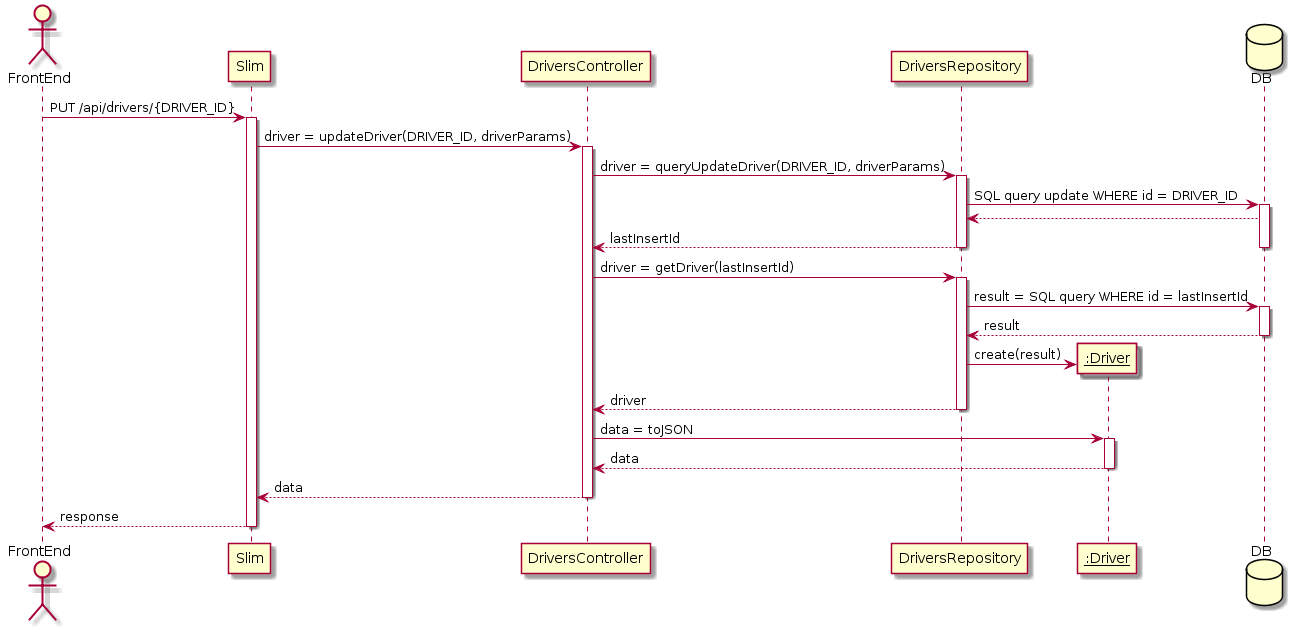
This is docs/BackEnd/SequenceDiagram/UpdateDriver.png from malvinkooo/taxiSystem, a PlantUML export, as it was before one commit.
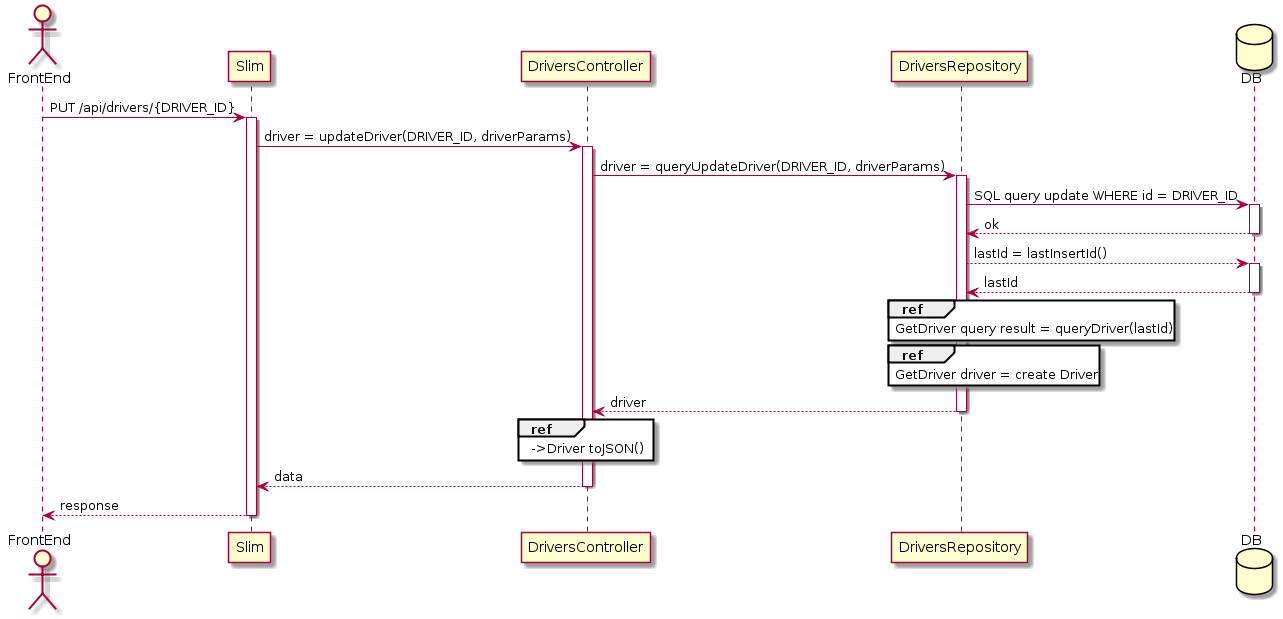
After the commit.

What changed in the source:
```diff
@@ -3,7 +3,6 @@
 participant Slim
 participant DriversController
 participant DriversRepository
-participant "__:Driver__" as Driver
 database DB
 
 FrontEnd -> Slim : PUT /api/drivers/{DRIVER_ID}
@@ -12,26 +11,31 @@
 activate DriversController
 DriversController -> DriversRepository : driver = queryUpdateDriver(DRIVER_ID, driverParams)
 activate DriversRepository
+
 DriversRepository -> DB : SQL query update WHERE id = DRIVER_ID
 activate DB
-DB --> DriversRepository
-DriversRepository --> DriversController : lastInsertId
-deactivate DriversRepository
+DB --> DriversRepository: ok
 deactivate DB
-DriversController -> DriversRepository : driver = getDriver(lastInsertId)
-activate DriversRepository
-DriversRepository -> DB : result = SQL query WHERE id = lastInsertId
+DriversRepository --> DB: lastId = lastInsertId()
 activate DB
-DB --> DriversRepository : result
+DB --> DriversRepository : lastId
 deactivate DB
-create Driver
-DriversRepository -> Driver : create(result)
+
+ref over DriversRepository
+GetDriver query result = queryDriver(lastId)
+end ref
+
+ref over DriversRepository
+GetDriver driver = create Driver
+end ref
+
 DriversRepository --> DriversController : driver
 deactivate DriversRepository
-DriversController -> Driver : data = toJSON
-activate Driver
-Driver --> DriversController : data
-deactivate Driver
+
+ref over DriversController
+->Driver toJSON()
+end ref
+
 DriversController --> Slim : data
 deactivate DriversController
 Slim --> FrontEnd : response
```
